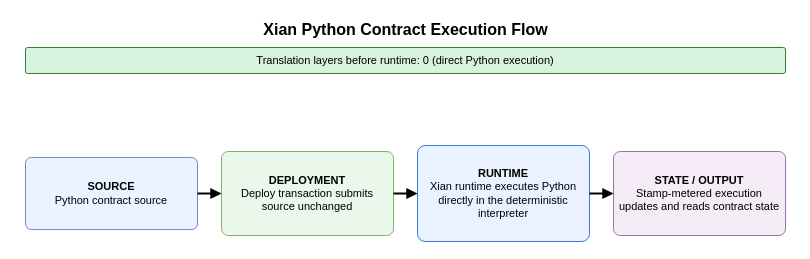
Above: assets/contracting_flows/xian_flow.drawio in Endogen/xian-tech-website (draw.io), before the change. Source tidied: cells renumbered, new cells numbered last; positions are measured from the earlier drawing's top-left corner, leaving out a move shared by most shapes. Both pictures are drawn from the tidied source at 100%, with x=0, y=0 at pixel (17, 17).
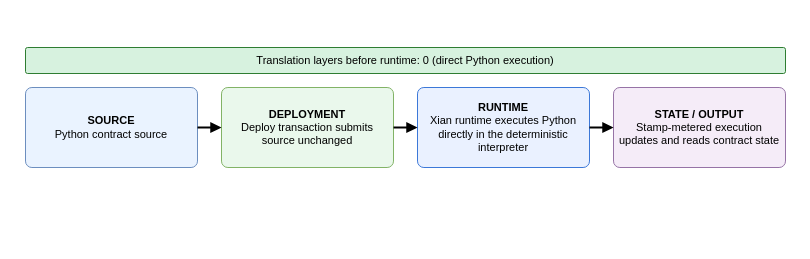
The same page after the edit.

What changed in the source:
```diff
@@
 <mxGraphModel>
   <root>
     <mxCell id="0" />
     <mxCell id="1" parent="0" />
-    <mxCell id="2" value="Xian Python Contract Execution Flow" style="text;html=1;strokeColor=none;fillColor=none;align=center;verticalAlign=middle;fontSize=16;fontStyle=1;" parent="1" vertex="1">
-      <mxGeometry width="776" height="24" as="geometry" />
-    </mxCell>
     <mxCell id="3" value="Translation layers before runtime: 0 (direct Python execution)" style="rounded=1;whiteSpace=wrap;html=1;arcSize=8;fillColor=#D7F2DF;strokeColor=#2E7D32;fontSize=11;align=center;verticalAlign=middle;" parent="1" vertex="1">
       <mxGeometry x="8" y="30" width="760" height="26" as="geometry" />
     </mxCell>
     <mxCell id="4" value="&lt;b&gt;SOURCE&lt;/b&gt;&lt;br&gt;Python contract source" style="rounded=1;whiteSpace=wrap;html=1;arcSize=8;fillColor=#EAF3FF;strokeColor=#6C8EBF;fontSize=11;align=center;verticalAlign=middle;spacing=6;" parent="1" vertex="1">
-      <mxGeometry x="8" y="140" width="172" height="72" as="geometry" />
+      <mxGeometry x="8" y="70" width="172" height="80" as="geometry" />
     </mxCell>
     <mxCell id="5" value="&lt;b&gt;DEPLOYMENT&lt;/b&gt;&lt;br&gt;Deploy transaction submits source unchanged" style="rounded=1;whiteSpace=wrap;html=1;arcSize=8;fillColor=#EAF8EC;strokeColor=#82B366;fontSize=11;align=center;verticalAlign=middle;spacing=6;" parent="1" vertex="1">
-      <mxGeometry x="204" y="134" width="172" height="84" as="geometry" />
+      <mxGeometry x="204" y="70" width="172" height="80" as="geometry" />
     </mxCell>
     <mxCell id="6" value="&lt;b&gt;RUNTIME&lt;/b&gt;&lt;br&gt;Xian runtime executes Python directly in the deterministic interpreter" style="rounded=1;whiteSpace=wrap;html=1;arcSize=8;fillColor=#EAF1FF;strokeColor=#3C78D8;fontSize=11;align=center;verticalAlign=middle;spacing=6;" parent="1" vertex="1">
-      <mxGeometry x="400" y="128" width="172" height="96" as="geometry" />
+      <mxGeometry x="400" y="70" width="172" height="80" as="geometry" />
     </mxCell>
     <mxCell id="7" value="&lt;b&gt;STATE / OUTPUT&lt;/b&gt;&lt;br&gt;Stamp-metered execution updates and reads contract state" style="rounded=1;whiteSpace=wrap;html=1;arcSize=8;fillColor=#F5ECF8;strokeColor=#9673A6;fontSize=11;align=center;verticalAlign=middle;spacing=6;" parent="1" vertex="1">
-      <mxGeometry x="596" y="134" width="172" height="84" as="geometry" />
+      <mxGeometry x="596" y="70" width="172" height="80" as="geometry" />
     </mxCell>
     <mxCell id="8" style="endArrow=block;endFill=1;html=1;rounded=1;strokeWidth=2;edgeStyle=orthogonalEdgeStyle;" parent="1" edge="1" source="4" target="5">
       <mxGeometry relative="1" as="geometry" />
     </mxCell>
     <mxCell id="9" style="endArrow=block;endFill=1;html=1;rounded=1;strokeWidth=2;edgeStyle=orthogonalEdgeStyle;" parent="1" edge="1" source="5" target="6">
       <mxGeometry relative="1" as="geometry" />
     </mxCell>
     <mxCell id="10" style="endArrow=block;endFill=1;html=1;rounded=1;strokeWidth=2;edgeStyle=orthogonalEdgeStyle;" parent="1" edge="1" source="6" target="7">
       <mxGeometry relative="1" as="geometry" />
     </mxCell>
   </root>
 </mxGraphModel>
```
